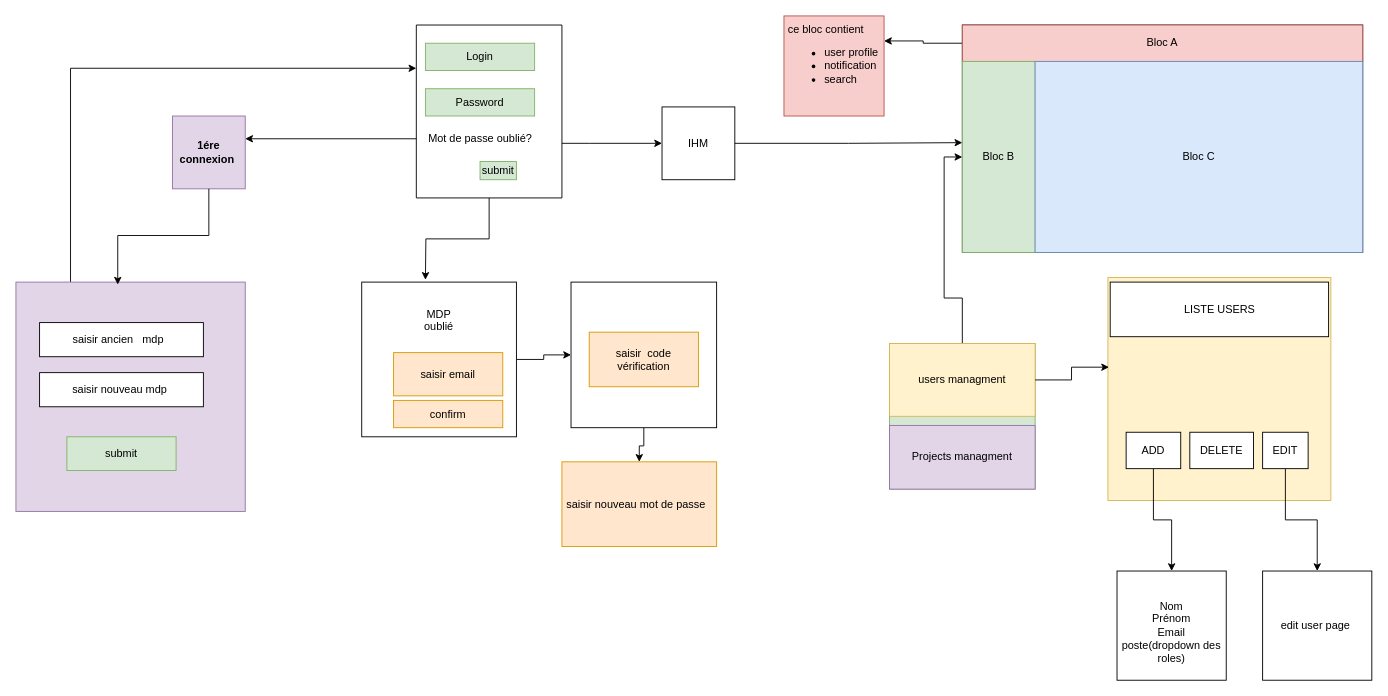
Above: front_end/IHM_WebReport.drawio in fetohiaras/projet-genilog-is (draw.io), before the change. Source tidied: cells renumbered, new cells numbered last; positions are measured from the earlier drawing's top-left corner, leaving out a move shared by most shapes. Both pictures are drawn from the tidied source at 91%, with x=0, y=0 at pixel (15, 15).
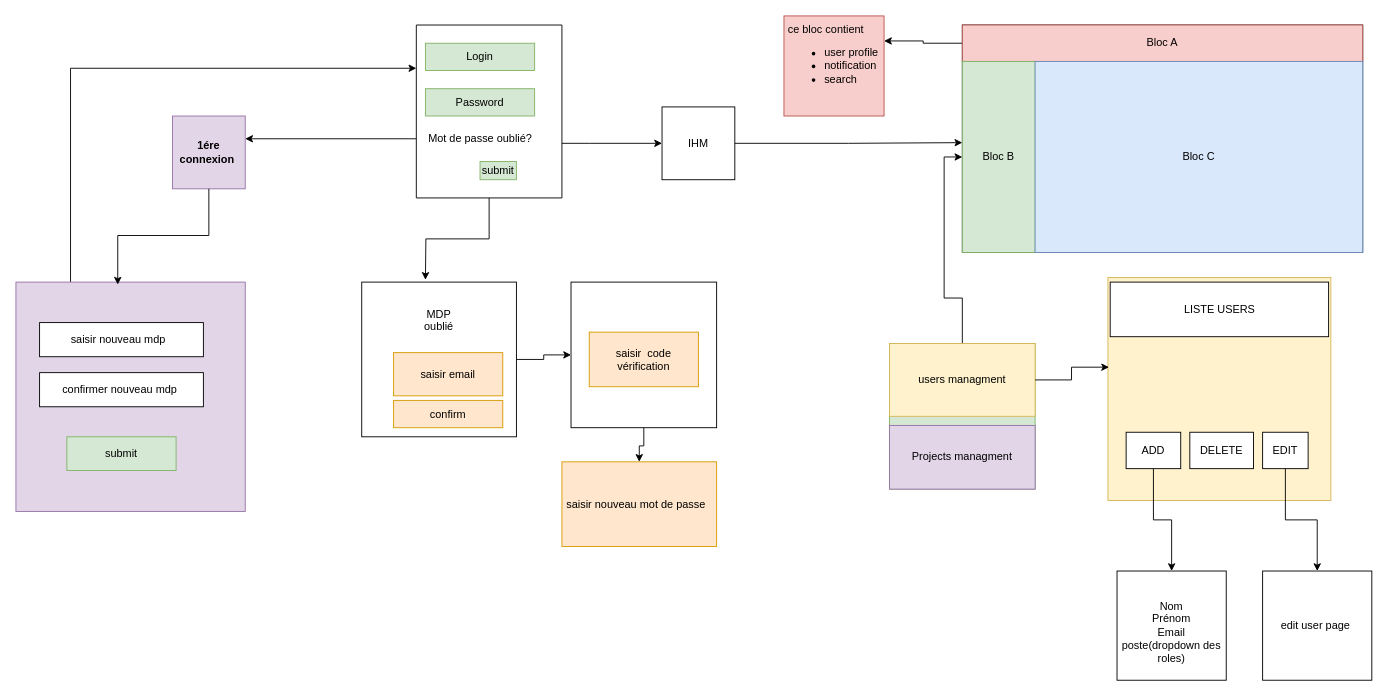
After the change.

What changed in the source:
```diff
@@
-    <mxCell id="42" value="saisir ancien&amp;nbsp; &amp;nbsp;mdp&amp;nbsp;&amp;nbsp;" style="rounded=0;whiteSpace=wrap;html=1;" parent="1" vertex="1">
+    <mxCell id="42" value="saisir nouveau mdp&amp;nbsp;&amp;nbsp;" style="rounded=0;whiteSpace=wrap;html=1;" parent="1" vertex="1">
       <mxGeometry x="26" y="337" width="180" height="37.5" as="geometry" />
     </mxCell>
-    <mxCell id="43" value="saisir nouveau mdp&amp;nbsp;" style="rounded=0;whiteSpace=wrap;html=1;" parent="1" vertex="1">
+    <mxCell id="43" value="confirmer nouveau mdp&amp;nbsp;" style="rounded=0;whiteSpace=wrap;html=1;" parent="1" vertex="1">
       <mxGeometry x="26" y="392" width="180" height="37.5" as="geometry" />
     </mxCell>
```
